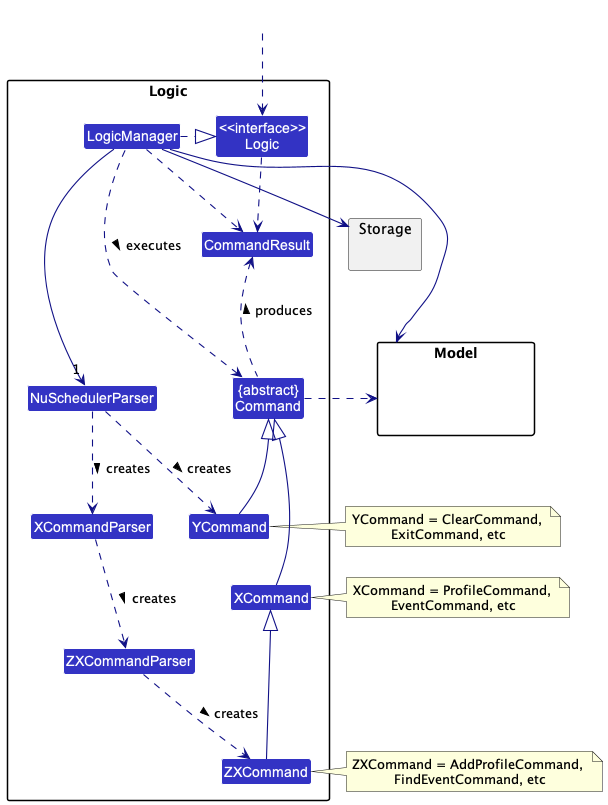
Earlier version of the PlantUML export docs/images/LogicClassDiagram.png (nus-cs2103-AY2223S1/tp).
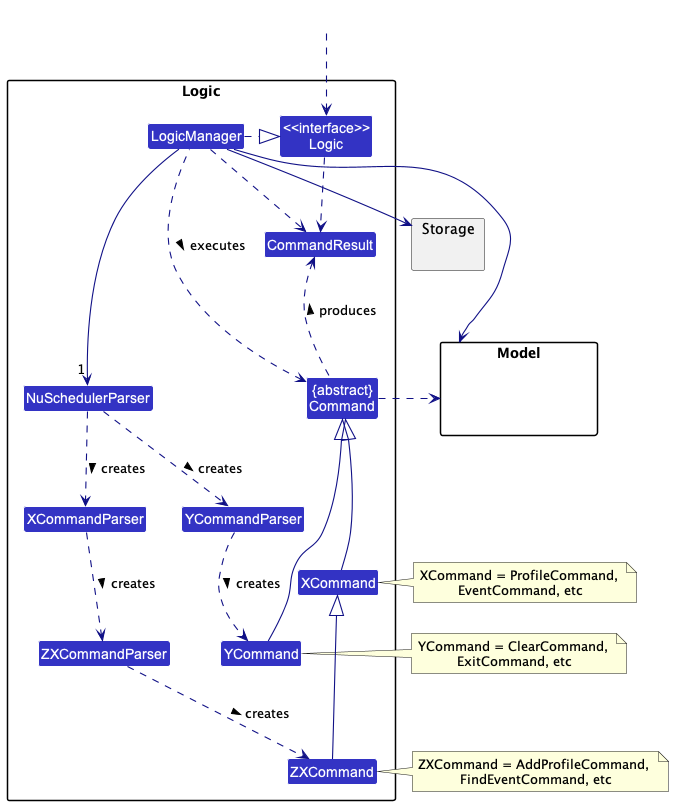
Above is the later version.

What changed in the source:
```diff
@@ -11,6 +11,7 @@
 Class XCommandParser
 Class ZXCommandParser
 Class ZXCommand
+Class YCommandParser
 Class YCommand
 Class XCommand
 Class CommandResult
@@ -33,10 +34,10 @@
 LogicManager .right.|> Logic
 LogicManager --->"1" NuSchedulerParser
 NuSchedulerParser ..> XCommandParser : creates >
+NuSchedulerParser ..> YCommandParser : creates >
 XCommandParser ..> ZXCommandParser : creates >
 ZXCommandParser ..> ZXCommand : creates >
-
-NuSchedulerParser ..> YCommand : creates >
+YCommandParser ..> YCommand : creates >
 
 XCommand -up-|> Command
 ZXCommand -up-|> XCommand
```
